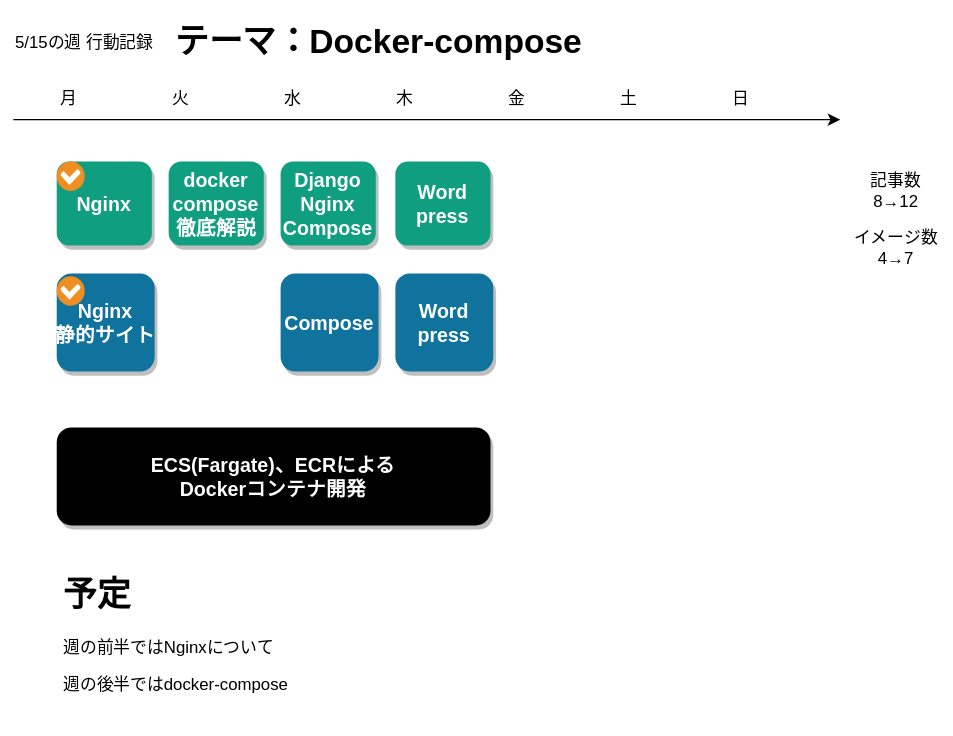
Earlier version of the draw.io export 人生設計-20230515.drawio.svg (minegishirei/draw_v1). Source tidied: cells renumbered, new cells last; positions are measured from the earlier drawing's top-left corner, leaving out a move shared by most shapes.
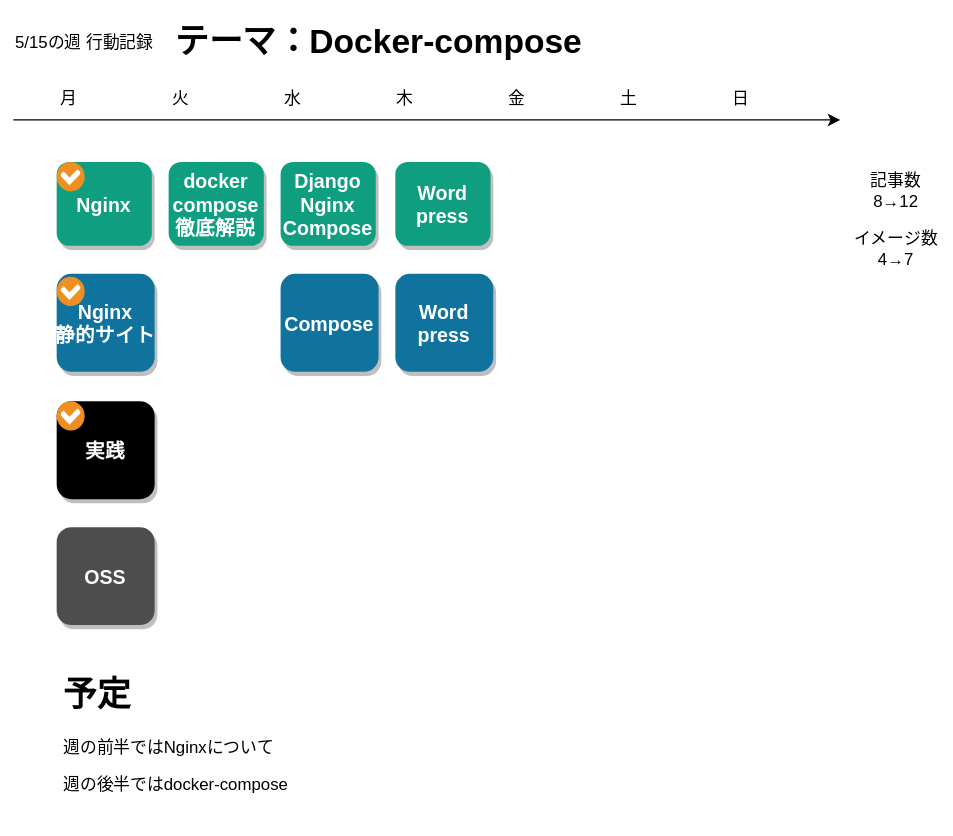
After the commit.

Commit message:
人生設計-20230515.drawio.svg を追加しました。

Change to the diagram source:
```diff
@@ -41,14 +41,14 @@
     <mxCell id="13" value="Django&#10;Nginx&#10;Compose" style="rounded=1;fillColor=#109e81;strokeColor=none;shadow=1;gradientColor=none;fontStyle=1;fontColor=#FFFFFF;fontSize=14;" parent="1" vertex="1">
       <mxGeometry x="200" y="105" width="68" height="60" as="geometry" />
     </mxCell>
-    <mxCell id="14" value="ECS(Fargate)、ECRによる&#10;Dockerコンテナ開発" style="rounded=1;fillColor=#000000;strokeColor=none;shadow=1;gradientColor=none;fontStyle=1;fontColor=#FFFFFF;fontSize=14;" parent="1" vertex="1">
-      <mxGeometry x="40" y="295" width="310" height="70" as="geometry" />
+    <mxCell id="14" value="実践" style="rounded=1;fillColor=#000000;strokeColor=none;shadow=1;gradientColor=none;fontStyle=1;fontColor=#FFFFFF;fontSize=14;" parent="1" vertex="1">
+      <mxGeometry x="40" y="276" width="70" height="70" as="geometry" />
     </mxCell>
     <mxCell id="15" value="5/15の週 行動記録" style="text;html=1;strokeColor=none;fillColor=none;align=center;verticalAlign=middle;whiteSpace=wrap;rounded=0;" parent="1" vertex="1">
       <mxGeometry y="5" width="120" height="30" as="geometry" />
     </mxCell>
     <mxCell id="16" value="&lt;h1&gt;予定&lt;/h1&gt;&lt;p&gt;週の前半ではNginxについて&lt;/p&gt;&lt;p&gt;週の後半ではdocker-compose&lt;/p&gt;" style="text;html=1;strokeColor=none;fillColor=none;spacing=5;spacingTop=-20;whiteSpace=wrap;overflow=hidden;rounded=0;" parent="1" vertex="1">
-      <mxGeometry x="40" y="395" width="190" height="120" as="geometry" />
+      <mxGeometry x="40" y="466" width="190" height="120" as="geometry" />
     </mxCell>
     <mxCell id="17" value="&lt;h1&gt;テーマ：Docker-compose&lt;/h1&gt;" style="text;html=1;strokeColor=none;fillColor=none;spacing=5;spacingTop=-20;whiteSpace=wrap;overflow=hidden;rounded=0;" parent="1" vertex="1">
       <mxGeometry x="120" width="480" height="40" as="geometry" />
@@ -74,5 +74,11 @@
     <mxCell id="24" style="shadow=0;dashed=0;html=1;strokeColor=none;fillColor=#EF8F21;labelPosition=center;verticalLabelPosition=bottom;verticalAlign=top;align=center;shape=mxgraph.veeam.checked;" parent="1" vertex="1">
       <mxGeometry x="40" y="187" width="20" height="21" as="geometry" />
     </mxCell>
+    <mxCell id="25" value="OSS" style="rounded=1;fillColor=#4D4D4D;strokeColor=none;shadow=1;gradientColor=none;fontStyle=1;fontColor=#FFFFFF;fontSize=14;" parent="1" vertex="1">
+      <mxGeometry x="40" y="366" width="70" height="70" as="geometry" />
+    </mxCell>
+    <mxCell id="26" style="shadow=0;dashed=0;html=1;strokeColor=none;fillColor=#EF8F21;labelPosition=center;verticalLabelPosition=bottom;verticalAlign=top;align=center;shape=mxgraph.veeam.checked;" parent="1" vertex="1">
+      <mxGeometry x="40" y="276" width="20" height="21" as="geometry" />
+    </mxCell>
   </root>
 </mxGraphModel>
```
